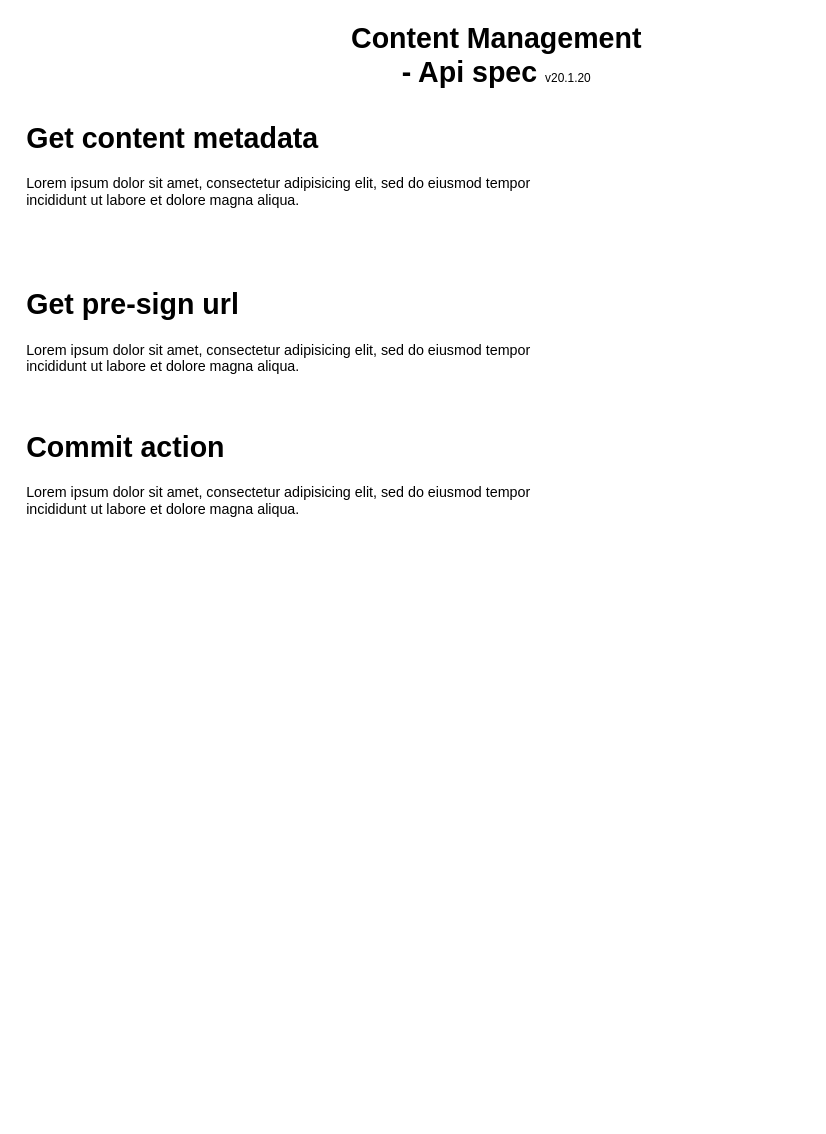
Above: page "Api Spec" (3 of 3) of Mid Layer Platform Content Business Flow.drawio in sotheair/designs (draw.io), before the change. Source tidied: cells renumbered, new cells numbered last; positions are measured from the earlier drawing's top-left corner, leaving out a move shared by most shapes. Both pictures are drawn from the tidied source at 119%, with x=0, y=0 at pixel (20, 43).
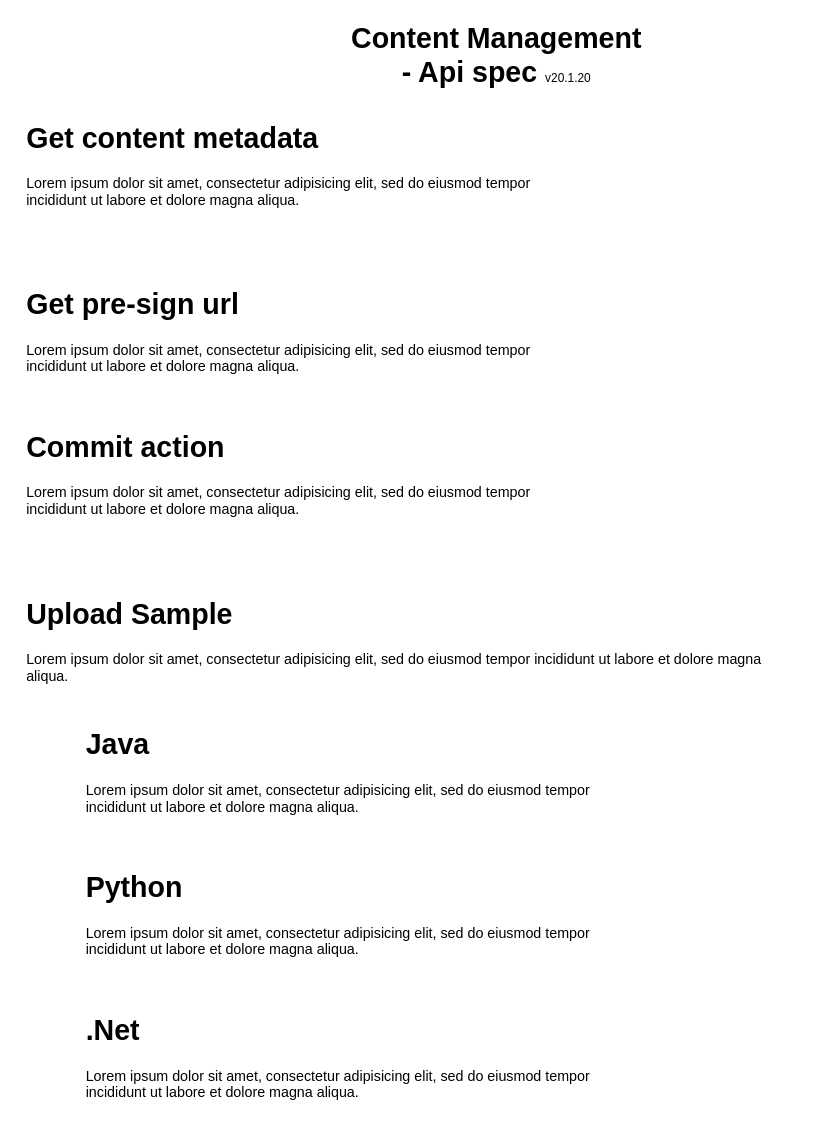
After the change.

Change to the diagram source:
```diff
@@
 <mxGraphModel>
   <root>
     <mxCell id="0" />
     <mxCell id="1" parent="0" />
     <mxCell id="2" value="&lt;h1&gt;Get content metadata&lt;/h1&gt;&lt;p&gt;Lorem ipsum dolor sit amet, consectetur adipisicing elit, sed do eiusmod tempor incididunt ut labore et dolore magna aliqua.&lt;/p&gt;" style="text;html=1;strokeColor=none;fillColor=none;spacing=5;spacingTop=-20;whiteSpace=wrap;overflow=hidden;rounded=0;opacity=50;" parent="1" vertex="1">
       <mxGeometry y="60" width="460" height="80" as="geometry" />
     </mxCell>
     <mxCell id="3" value="&lt;font&gt;&lt;span style=&quot;font-weight: bold ; font-size: 24px&quot;&gt;Content Management&lt;/span&gt;&lt;br&gt;&lt;span style=&quot;font-weight: bold ; font-size: 24px&quot;&gt;- Api spec&amp;nbsp;&lt;/span&gt;&lt;font style=&quot;font-size: 10px&quot;&gt;v20.1.20&lt;/font&gt;&lt;br&gt;&lt;/font&gt;" style="text;html=1;strokeColor=none;fillColor=none;align=center;verticalAlign=middle;whiteSpace=wrap;rounded=0;" parent="1" vertex="1">
       <mxGeometry x="140" width="520" height="20" as="geometry" />
     </mxCell>
     <mxCell id="4" value="&lt;h1&gt;Get pre-sign url&lt;/h1&gt;&lt;p&gt;Lorem ipsum dolor sit amet, consectetur adipisicing elit, sed do eiusmod tempor incididunt ut labore et dolore magna aliqua.&lt;/p&gt;" style="text;html=1;strokeColor=none;fillColor=none;spacing=5;spacingTop=-20;whiteSpace=wrap;overflow=hidden;rounded=0;opacity=50;" parent="1" vertex="1">
       <mxGeometry y="200" width="460" height="80" as="geometry" />
     </mxCell>
     <mxCell id="5" value="&lt;h1&gt;Commit action&lt;/h1&gt;&lt;p&gt;Lorem ipsum dolor sit amet, consectetur adipisicing elit, sed do eiusmod tempor incididunt ut labore et dolore magna aliqua.&lt;/p&gt;" style="text;html=1;strokeColor=none;fillColor=none;spacing=5;spacingTop=-20;whiteSpace=wrap;overflow=hidden;rounded=0;opacity=50;" parent="1" vertex="1">
       <mxGeometry y="320" width="460" height="80" as="geometry" />
     </mxCell>
+    <mxCell id="6" value="&lt;h1&gt;Upload Sample&lt;/h1&gt;&lt;p&gt;Lorem ipsum dolor sit amet, consectetur adipisicing elit, sed do eiusmod tempor incididunt ut labore et dolore magna aliqua.&lt;/p&gt;" style="text;html=1;strokeColor=none;fillColor=none;spacing=5;spacingTop=-20;whiteSpace=wrap;overflow=hidden;rounded=0;opacity=50;" parent="1" vertex="1">
+      <mxGeometry y="460" width="650" height="100" as="geometry" />
+    </mxCell>
+    <mxCell id="7" value="&lt;h1&gt;Java&lt;/h1&gt;&lt;p&gt;Lorem ipsum dolor sit amet, consectetur adipisicing elit, sed do eiusmod tempor incididunt ut labore et dolore magna aliqua.&lt;/p&gt;" style="text;html=1;strokeColor=none;fillColor=none;spacing=5;spacingTop=-20;whiteSpace=wrap;overflow=hidden;rounded=0;opacity=50;" parent="1" vertex="1">
+      <mxGeometry x="50" y="570" width="470" height="90" as="geometry" />
+    </mxCell>
+    <mxCell id="8" value="&lt;h1&gt;Python&lt;/h1&gt;&lt;p&gt;Lorem ipsum dolor sit amet, consectetur adipisicing elit, sed do eiusmod tempor incididunt ut labore et dolore magna aliqua.&lt;/p&gt;" style="text;html=1;strokeColor=none;fillColor=none;spacing=5;spacingTop=-20;whiteSpace=wrap;overflow=hidden;rounded=0;opacity=50;" parent="1" vertex="1">
+      <mxGeometry x="50" y="690" width="470" height="90" as="geometry" />
+    </mxCell>
+    <mxCell id="9" value="&lt;h1&gt;.Net&lt;/h1&gt;&lt;p&gt;Lorem ipsum dolor sit amet, consectetur adipisicing elit, sed do eiusmod tempor incididunt ut labore et dolore magna aliqua.&lt;/p&gt;" style="text;html=1;strokeColor=none;fillColor=none;spacing=5;spacingTop=-20;whiteSpace=wrap;overflow=hidden;rounded=0;opacity=50;" parent="1" vertex="1">
+      <mxGeometry x="50" y="810" width="470" height="90" as="geometry" />
+    </mxCell>
   </root>
 </mxGraphModel>
```
